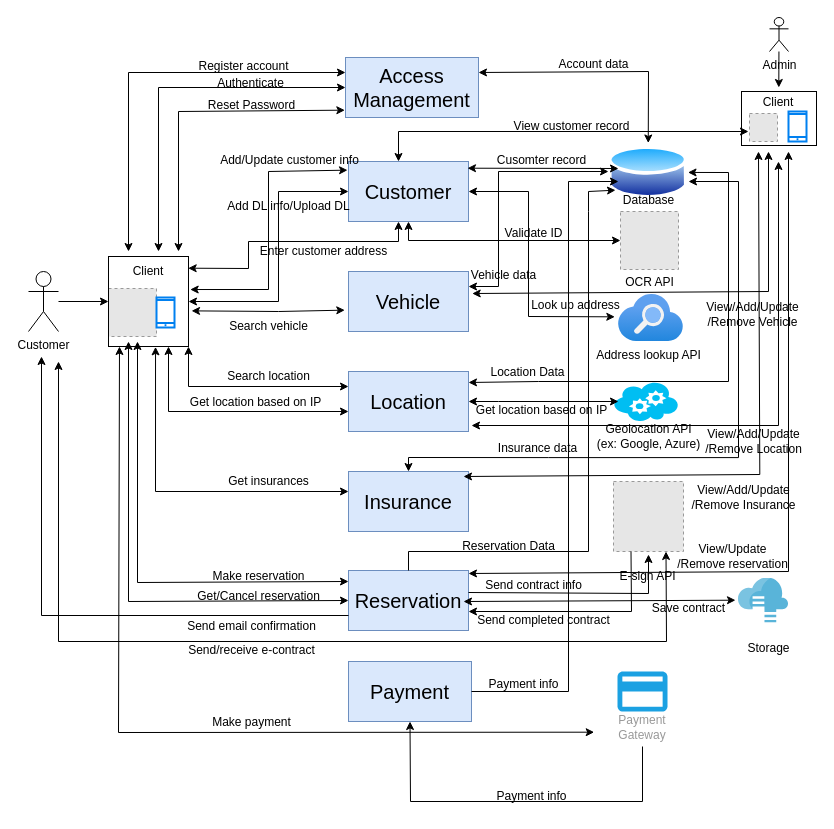
nguyenha1311/ha-diagrams keeps this draw.io diagram as page "Microservices diagram" (5 of 6) of OnlineCarReservaction.drawio. Above is the earlier version. Source tidied: cells renumbered, new cells numbered last; positions are measured from the earlier drawing's top-left corner, leaving out a move shared by most shapes. Both pictures are drawn from the tidied source at 100%, with x=0, y=0 at pixel (28, 17). Pictures stored in the file or linked from it are replaced by grey dashed boxes.
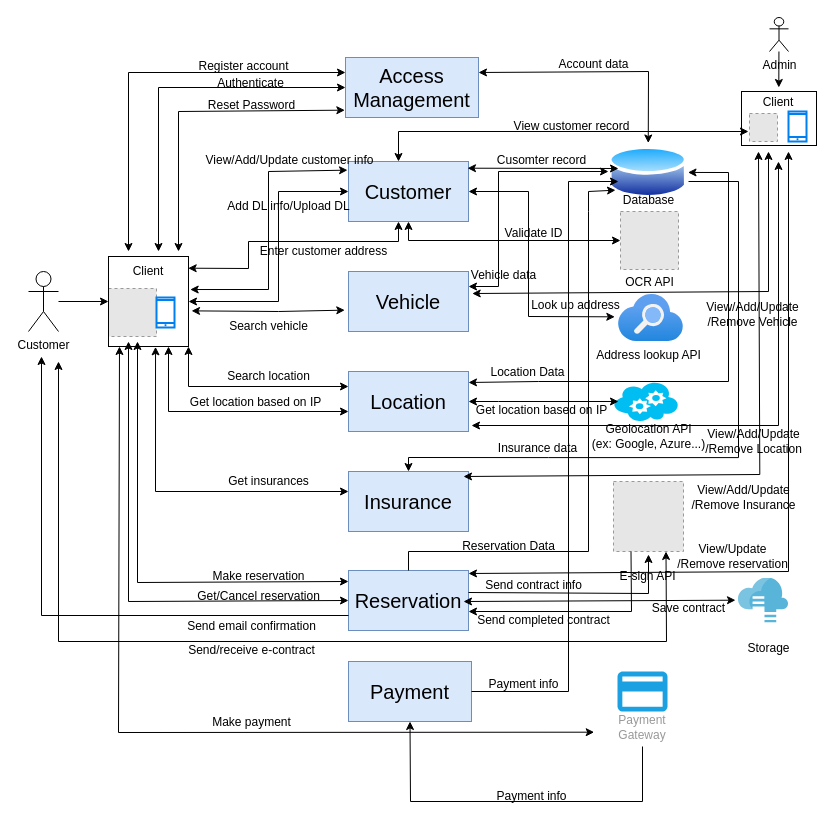
Above is the later version.

The change refers to these unchanged cells:
```xml
<mxCell id="15" value="&lt;font style=&quot;font-size: 20px;&quot;&gt;Insurance&lt;/font&gt;" style="rounded=0;whiteSpace=wrap;html=1;fillColor=#dae8fc;strokeColor=#6c8ebf;" parent="1" vertex="1">
  <mxGeometry x="320" y="454" width="120" height="60" as="geometry" />
</mxCell>
```

The edit, as a diff of the source:
```diff
@@
-    <mxCell id="29" value="Add/Update customer info" style="text;html=1;align=center;verticalAlign=middle;strokeColor=none;fillColor=none;" parent="1" vertex="1">
-      <mxGeometry x="181" y="128" width="160" height="30" as="geometry" />
+    <mxCell id="29" value="View/Add/Update customer info" style="text;html=1;align=center;verticalAlign=middle;strokeColor=none;fillColor=none;" parent="1" vertex="1">
+      <mxGeometry x="166" y="128" width="190" height="30" as="geometry" />
     </mxCell>
@@
-    <mxCell id="39" value="Geolocation API&lt;br&gt;(ex: Google, Azure)" style="text;html=1;align=center;verticalAlign=middle;strokeColor=none;fillColor=none;" parent="1" vertex="1">
-      <mxGeometry x="555" y="399" width="130" height="40" as="geometry" />
+    <mxCell id="39" value="Geolocation API&lt;br&gt;(ex: Google, Azure...)" style="text;html=1;align=center;verticalAlign=middle;strokeColor=none;fillColor=none;" parent="1" vertex="1">
+      <mxGeometry x="550" y="399" width="140" height="40" as="geometry" />
     </mxCell>
@@
-    <mxCell id="96" style="endArrow=classic;startArrow=classic;html=1;rounded=0;labelBackgroundColor=#FFCC99;elbow=vertical;exitX=0.5;exitY=0;exitDx=0;exitDy=0;" parent="1" edge="1" source="15">
+    <mxCell id="96" style="endArrow=none;startArrow=classic;html=1;rounded=0;labelBackgroundColor=#FFCC99;elbow=vertical;exitX=0.5;exitY=0;exitDx=0;exitDy=0;endFill=0;" parent="1" edge="1" source="15">
       <mxGeometry relative="1" as="geometry">
         <mxPoint x="660" y="164" as="targetPoint" />
         <Array as="points">
           <mxPoint x="380" y="440" />
           <mxPoint x="520" y="440.1" />
           <mxPoint x="710" y="440.1" />
           <mxPoint x="710" y="164" />
         </Array>
       </mxGeometry>
     </mxCell>
```
